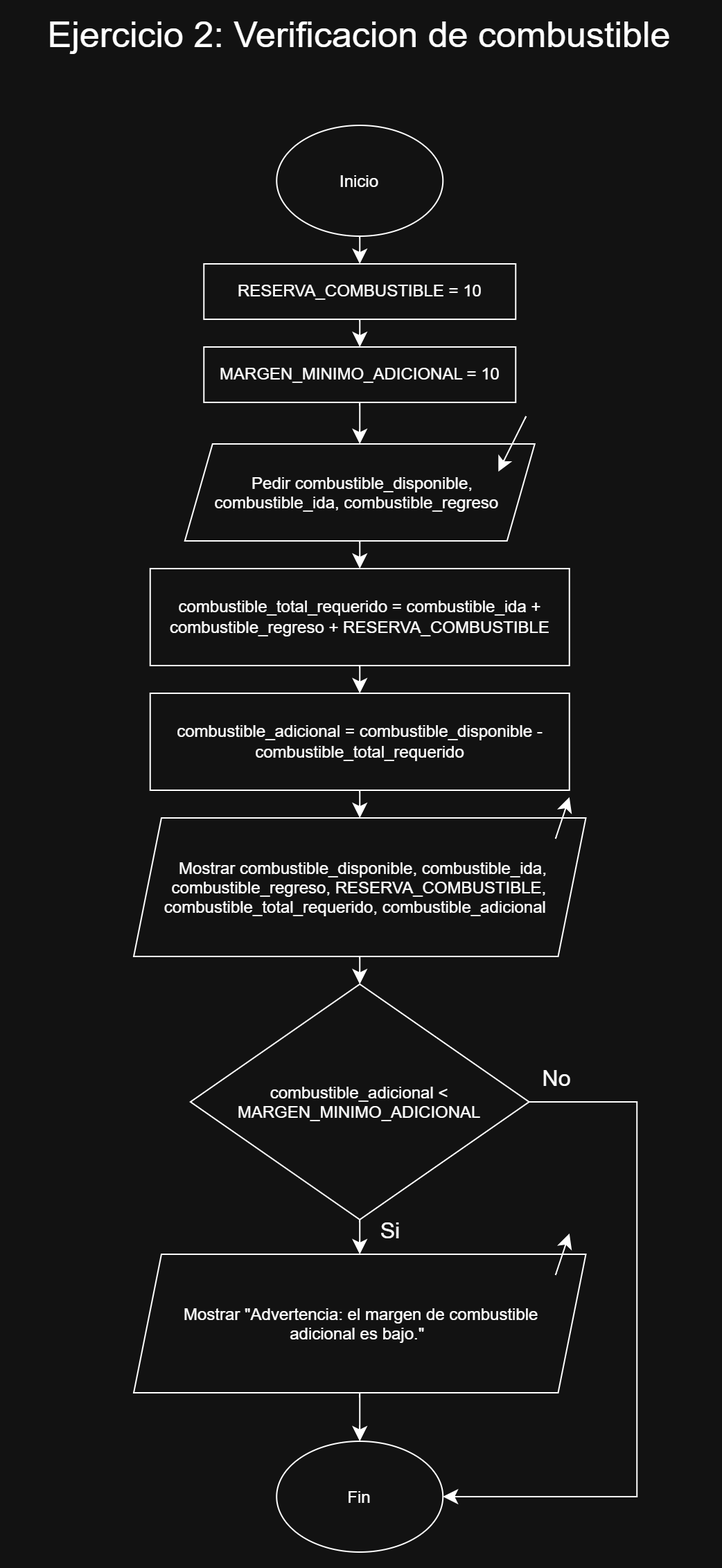
Earlier version of the draw.io export documentacion/ejercicio2_diagrama.png (julian26-salazar04/mision-orbita). Source tidied: cells renumbered, new cells last; positions are measured from the earlier drawing's top-left corner, leaving out a move shared by most shapes. Its diagram source:
```xml
<mxGraphModel>
  <root>
    <mxCell id="0" />
    <mxCell id="1" parent="0" />
    <mxCell id="2" style="edgeStyle=none;curved=1;rounded=0;jettySize=auto;html=1;fontSize=12;startSize=8;endSize=8;" parent="1" edge="1" source="3" target="5">
      <mxGeometry relative="1" as="geometry" />
    </mxCell>
    <mxCell id="3" value="Inicio" style="ellipse;whiteSpace=wrap;html=1;shapeInside=1;" parent="1" vertex="1">
      <mxGeometry x="190.1" y="80" width="120" height="80" as="geometry" />
    </mxCell>
    <mxCell id="4" style="edgeStyle=none;curved=1;rounded=0;jettySize=auto;html=1;fontSize=12;startSize=8;endSize=8;" parent="1" edge="1" source="5" target="7">
      <mxGeometry relative="1" as="geometry" />
    </mxCell>
    <mxCell id="5" value="RESERVA_COMBUSTIBLE = 10" style="rounded=0;whiteSpace=wrap;html=1;" parent="1" vertex="1">
      <mxGeometry x="137.6" y="180" width="225" height="40" as="geometry" />
    </mxCell>
    <mxCell id="6" style="edgeStyle=none;curved=1;rounded=0;jettySize=auto;html=1;fontSize=12;startSize=8;endSize=8;" parent="1" edge="1" source="7" target="9">
      <mxGeometry relative="1" as="geometry" />
    </mxCell>
    <mxCell id="7" value="MARGEN_MINIMO_ADICIONAL = 10" style="rounded=0;whiteSpace=wrap;html=1;" parent="1" vertex="1">
      <mxGeometry x="137.6" y="240" width="225" height="40" as="geometry" />
    </mxCell>
    <mxCell id="8" style="edgeStyle=none;curved=1;rounded=0;jettySize=auto;html=1;fontSize=12;startSize=8;endSize=8;" parent="1" edge="1" source="9" target="12">
      <mxGeometry relative="1" as="geometry" />
    </mxCell>
    <mxCell id="9" value="Pedir combustible_disponible, combustible_ida, combustible_regreso" style="shape=parallelogram;perimeter=parallelogramPerimeter;whiteSpace=wrap;html=1;shapeInside=1;fixedSize=1;" parent="1" vertex="1">
      <mxGeometry x="123.9" y="310" width="252.5" height="70" as="geometry" />
    </mxCell>
    <mxCell id="10" style="endArrow=classic;html=1;rounded=0;fontSize=12;startSize=8;endSize=8;curved=1;" parent="1" edge="1">
      <mxGeometry relative="1" as="geometry">
        <mxPoint x="370.1" y="290" as="sourcePoint" />
        <mxPoint x="350.1" y="330" as="targetPoint" />
      </mxGeometry>
    </mxCell>
    <mxCell id="11" style="edgeStyle=none;curved=1;rounded=0;jettySize=auto;html=1;fontSize=12;startSize=8;endSize=8;" parent="1" edge="1" source="12" target="14">
      <mxGeometry relative="1" as="geometry" />
    </mxCell>
    <mxCell id="12" value="combustible_total_requerido = combustible_ida + combustible_regreso + RESERVA_COMBUSTIBLE" style="rounded=0;whiteSpace=wrap;html=1;" parent="1" vertex="1">
      <mxGeometry x="98.9" y="400" width="302.5" height="70" as="geometry" />
    </mxCell>
    <mxCell id="13" style="edgeStyle=none;curved=1;rounded=0;jettySize=auto;html=1;fontSize=12;startSize=8;endSize=8;" parent="1" edge="1" source="14" target="16">
      <mxGeometry relative="1" as="geometry" />
    </mxCell>
    <mxCell id="14" value="combustible_adicional = combustible_disponible - combustible_total_requerido" style="rounded=0;whiteSpace=wrap;html=1;" parent="1" vertex="1">
      <mxGeometry x="98.9" y="490" width="302.5" height="70" as="geometry" />
    </mxCell>
    <mxCell id="15" style="edgeStyle=none;curved=1;rounded=0;jettySize=auto;html=1;fontSize=12;startSize=8;endSize=8;" parent="1" edge="1" source="16" target="18">
      <mxGeometry relative="1" as="geometry" />
    </mxCell>
    <mxCell id="16" value="Mostrar combustible_disponible, combustible_ida, combustible_regreso, RESERVA_COMBUSTIBLE, combustible_total_requerido, combustible_adicional" style="shape=parallelogram;perimeter=parallelogramPerimeter;whiteSpace=wrap;html=1;shapeInside=1;fixedSize=1;" parent="1" vertex="1">
      <mxGeometry x="87" y="580" width="326.2" height="100" as="geometry" />
    </mxCell>
    <mxCell id="17" style="edgeStyle=none;curved=1;rounded=0;jettySize=auto;html=1;fontSize=12;startSize=8;endSize=8;" parent="1" edge="1" source="18" target="21">
      <mxGeometry relative="1" as="geometry" />
    </mxCell>
    <mxCell id="18" value="combustible_adicional &amp;lt; MARGEN_MINIMO_ADICIONAL" style="rhombus;whiteSpace=wrap;html=1;shapeInside=1;" parent="1" vertex="1">
      <mxGeometry x="127.9" y="700" width="244.4" height="170" as="geometry" />
    </mxCell>
    <mxCell id="19" style="endArrow=classic;html=1;rounded=0;fontSize=12;startSize=8;endSize=8;curved=1;" parent="1" edge="1">
      <mxGeometry relative="1" as="geometry">
        <mxPoint x="391.4" y="595" as="sourcePoint" />
        <mxPoint x="401.4" y="565" as="targetPoint" />
      </mxGeometry>
    </mxCell>
    <mxCell id="20" style="edgeStyle=none;curved=1;rounded=0;jettySize=auto;html=1;fontSize=12;startSize=8;endSize=8;" parent="1" edge="1" source="21" target="25">
      <mxGeometry relative="1" as="geometry" />
    </mxCell>
    <mxCell id="21" value="Mostrar &quot;Advertencia: el margen de combustible adicional es bajo.&quot;" style="shape=parallelogram;perimeter=parallelogramPerimeter;whiteSpace=wrap;html=1;shapeInside=1;fixedSize=1;" parent="1" vertex="1">
      <mxGeometry x="87" y="895" width="326.2" height="100" as="geometry" />
    </mxCell>
    <mxCell id="22" style="endArrow=classic;html=1;rounded=0;fontSize=12;startSize=8;endSize=8;curved=1;" parent="1" edge="1">
      <mxGeometry relative="1" as="geometry">
        <mxPoint x="391.4" y="910" as="sourcePoint" />
        <mxPoint x="401.4" y="880" as="targetPoint" />
      </mxGeometry>
    </mxCell>
    <mxCell id="23" value="&lt;font style=&quot;font-size: 16px;&quot;&gt;Si&lt;/font&gt;" style="text;html=1;whiteSpace=wrap;strokeColor=none;fillColor=none;align=center;verticalAlign=middle;rounded=0;" parent="1" vertex="1">
      <mxGeometry x="230.1" y="850" width="85" height="55" as="geometry" />
    </mxCell>
    <mxCell id="24" value="&lt;span style=&quot;font-size: 16px;&quot;&gt;No&lt;/span&gt;" style="text;html=1;whiteSpace=wrap;strokeColor=none;fillColor=none;align=center;verticalAlign=middle;rounded=0;" parent="1" vertex="1">
      <mxGeometry x="350.1" y="740" width="85" height="55" as="geometry" />
    </mxCell>
    <mxCell id="25" value="Fin" style="ellipse;whiteSpace=wrap;html=1;shapeInside=1;" parent="1" vertex="1">
      <mxGeometry x="190.1" y="1030" width="120" height="80" as="geometry" />
    </mxCell>
    <mxCell id="26" style="endArrow=classic;html=1;rounded=0;fontSize=12;startSize=8;endSize=8;exitX=1;exitY=0.5;exitDx=0;exitDy=0;edgeStyle=orthogonalEdgeStyle;entryX=1;entryY=0.5;entryDx=0;entryDy=0;" parent="1" edge="1" source="18" target="25">
      <mxGeometry relative="1" as="geometry">
        <Array as="points">
          <mxPoint x="450.1" y="785" />
          <mxPoint x="450.1" y="1070" />
        </Array>
      </mxGeometry>
    </mxCell>
    <mxCell id="27" value="&lt;font style=&quot;font-size: 26px;&quot;&gt;Ejercicio 2: Verificacion de combustible&lt;/font&gt;" style="text;html=1;whiteSpace=wrap;strokeColor=none;fillColor=none;align=center;verticalAlign=middle;rounded=0;" parent="1" vertex="1">
      <mxGeometry x="0.1" width="500" height="30" as="geometry" />
    </mxCell>
  </root>
</mxGraphModel>
```
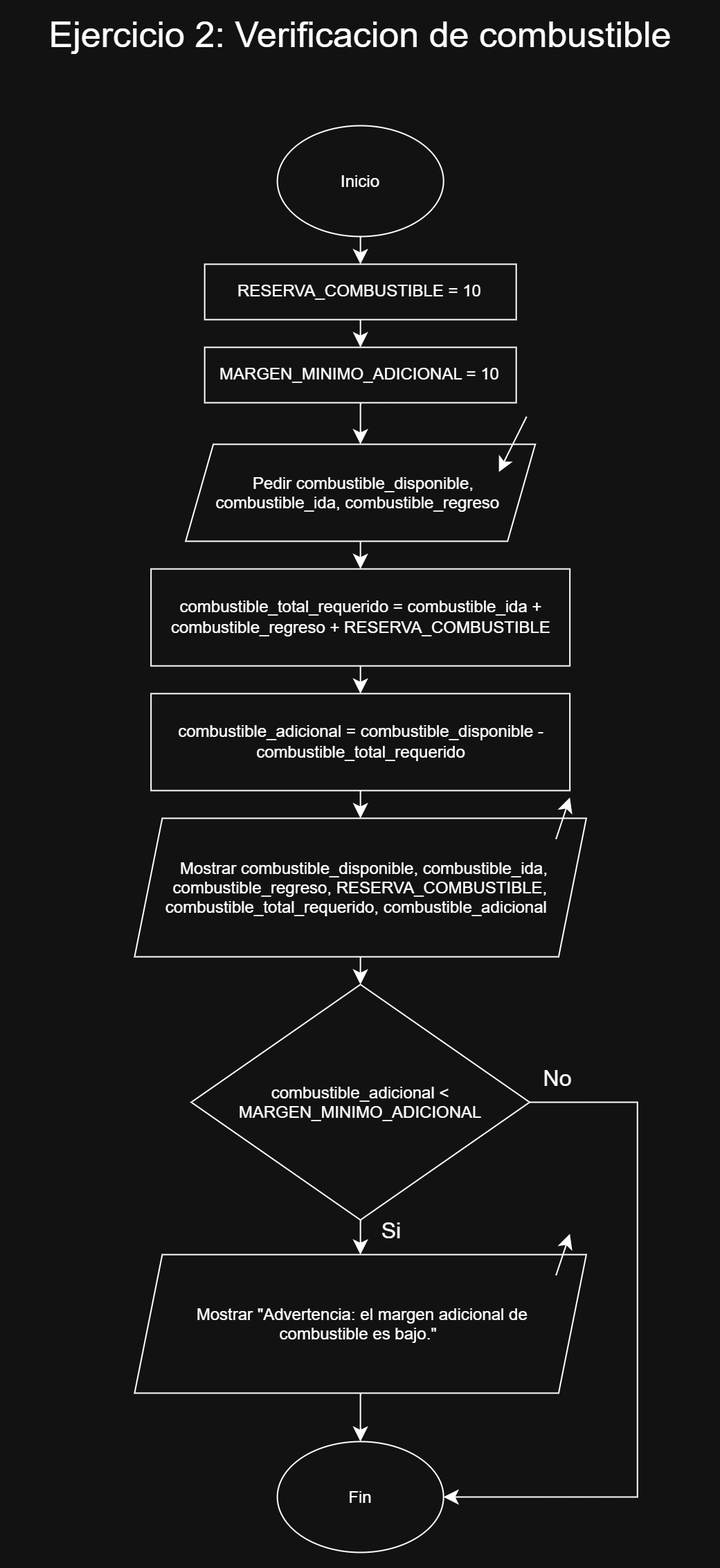
Later version of the same file.

Commit message:
Actualiza algunos detalles finales en los diagramas del avance 1

The edit, as a diff of the source:
```diff
@@ -65,7 +65,7 @@
     <mxCell id="20" style="edgeStyle=none;curved=1;rounded=0;jettySize=auto;html=1;fontSize=12;startSize=8;endSize=8;" parent="1" edge="1" source="21" target="25">
       <mxGeometry relative="1" as="geometry" />
     </mxCell>
-    <mxCell id="21" value="Mostrar &quot;Advertencia: el margen de combustible adicional es bajo.&quot;" style="shape=parallelogram;perimeter=parallelogramPerimeter;whiteSpace=wrap;html=1;shapeInside=1;fixedSize=1;" parent="1" vertex="1">
+    <mxCell id="21" value="Mostrar &quot;Advertencia: el margen adicional de combustible es bajo.&quot;" style="shape=parallelogram;perimeter=parallelogramPerimeter;whiteSpace=wrap;html=1;shapeInside=1;fixedSize=1;" parent="1" vertex="1">
       <mxGeometry x="87" y="895" width="326.2" height="100" as="geometry" />
     </mxCell>
     <mxCell id="22" style="endArrow=classic;html=1;rounded=0;fontSize=12;startSize=8;endSize=8;curved=1;" parent="1" edge="1">
```
